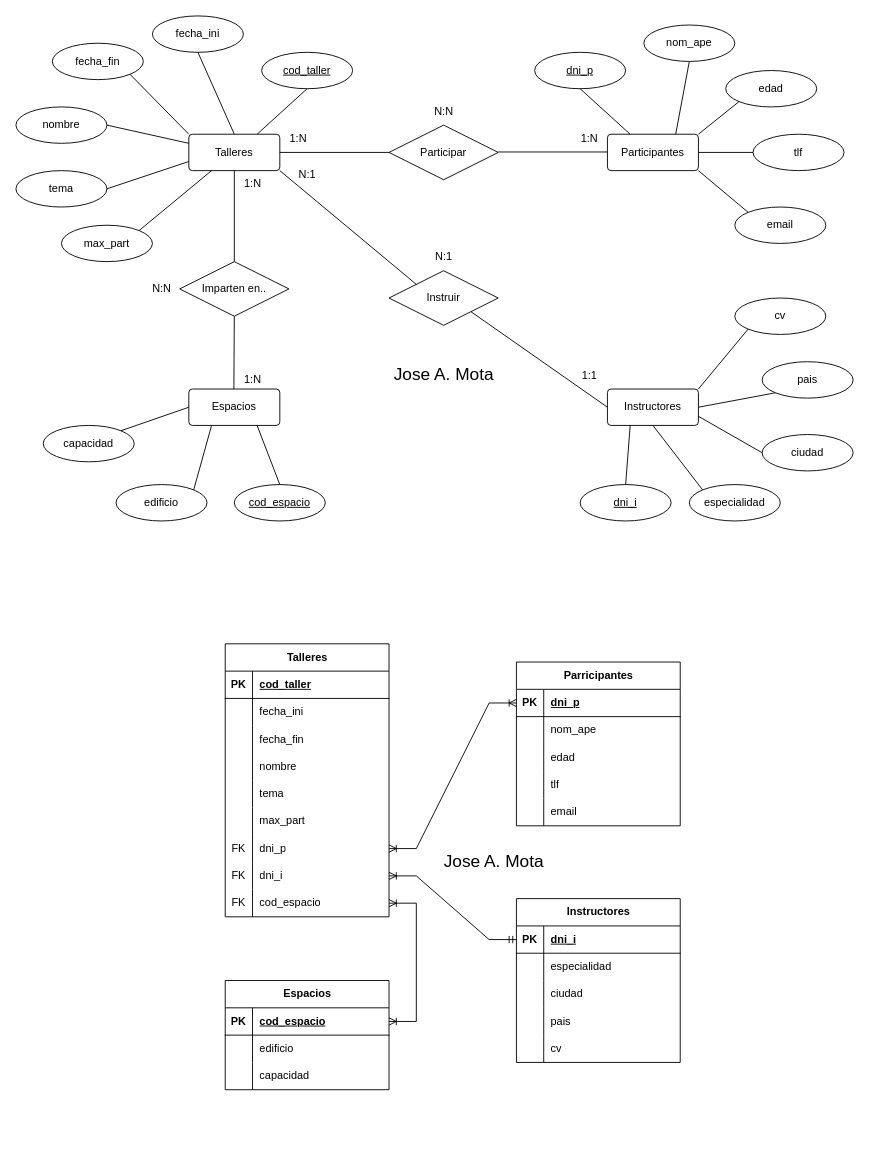
The draw.io diagram Diagrama sin título.drawio in Mokius02/basesdedatos, before the edit. Source tidied: cells renumbered, new cells numbered last; positions are measured from the earlier drawing's top-left corner, leaving out a move shared by most shapes. Both pictures are drawn from the tidied source at 91%, with x=0, y=0 at pixel (15, 15).
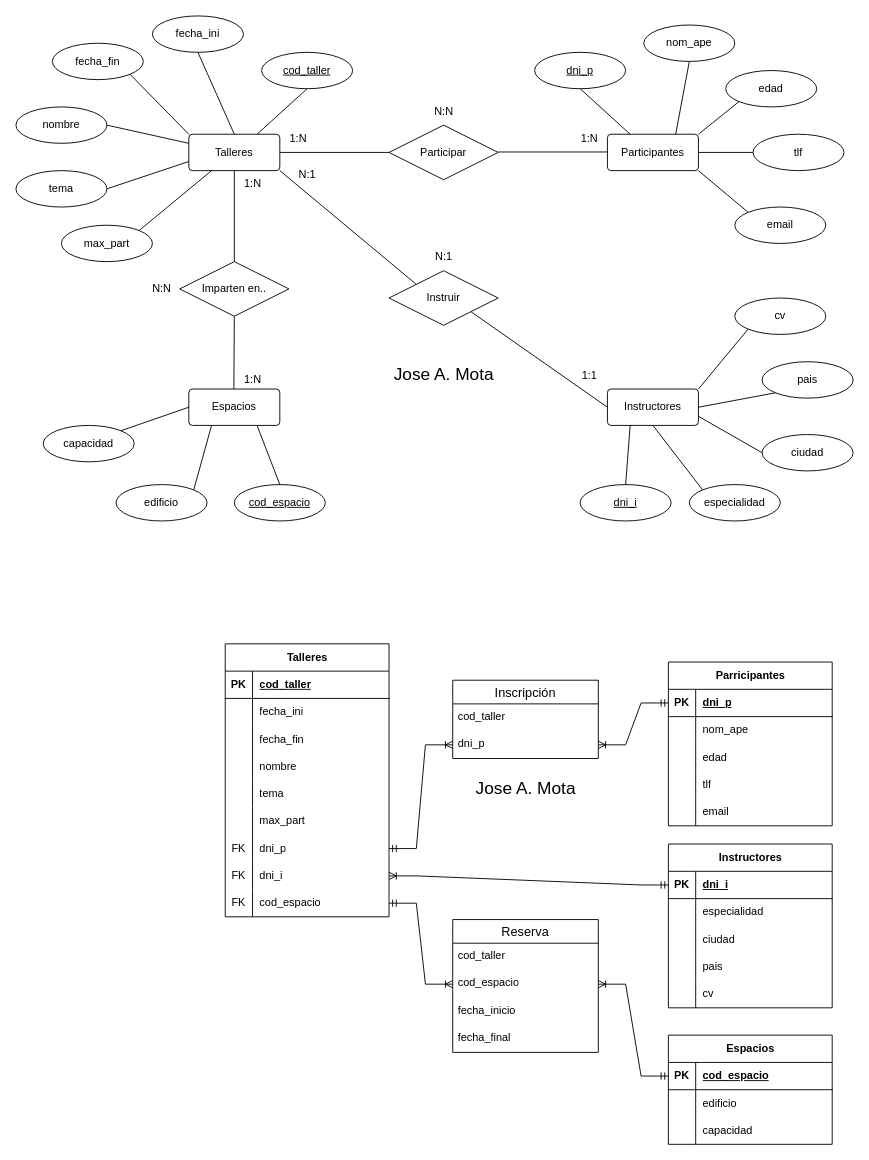
Above is the later version.

The change refers to these unchanged cells:
```xml
<mxCell id="81" style="shape=tableRow;horizontal=0;startSize=0;swimlaneHead=0;swimlaneBody=0;fillColor=none;points=[[0,0.5],[1,0.5]];portConstraint=eastwest;top=0;left=0;right=0;bottom=0;" parent="62" vertex="1">
  <mxGeometry y="210" width="180" height="30" as="geometry" />
</mxCell>
<mxCell id="87" style="shape=tableRow;horizontal=0;startSize=0;swimlaneHead=0;swimlaneBody=0;fillColor=none;points=[[0,0.5],[1,0.5]];portConstraint=eastwest;top=0;left=0;right=0;bottom=0;" parent="62" vertex="1">
  <mxGeometry y="270" width="180" height="30" as="geometry" />
</mxCell>
<mxCell id="91" style="shape=tableRow;horizontal=0;startSize=0;swimlaneHead=0;swimlaneBody=0;fillColor=none;points=[[0,0.5],[1,0.5]];portConstraint=eastwest;top=0;left=0;right=0;bottom=1;" parent="90" vertex="1">
  <mxGeometry y="30" width="180" height="30" as="geometry" />
</mxCell>
<mxCell id="123" style="shape=tableRow;horizontal=0;startSize=0;swimlaneHead=0;swimlaneBody=0;fillColor=none;points=[[0,0.5],[1,0.5]];portConstraint=eastwest;top=0;left=0;right=0;bottom=1;" parent="122" vertex="1">
  <mxGeometry y="30" width="180" height="30" as="geometry" />
</mxCell>
```

What changed in the source:
```diff
@@
     <mxCell id="90" value="Parricipantes" style="shape=table;startSize=30;childLayout=tableLayout;rowLines=0;fontStyle=1;align=center;html=1;" parent="1" vertex="1">
-      <mxGeometry x="550" y="710" width="180" height="180" as="geometry" />
+      <mxGeometry x="717" y="710" width="180" height="180" as="geometry" />
     </mxCell>
@@
     <mxCell id="106" value="Instructores" style="shape=table;startSize=30;childLayout=tableLayout;rowLines=0;fontStyle=1;align=center;html=1;" parent="1" vertex="1">
-      <mxGeometry x="550" y="970" width="180" height="180" as="geometry" />
+      <mxGeometry x="717" y="910" width="180" height="180" as="geometry" />
     </mxCell>
@@
     <mxCell id="122" value="Espacios" style="shape=table;startSize=30;childLayout=tableLayout;rowLines=0;fontStyle=1;align=center;html=1;" parent="1" vertex="1">
-      <mxGeometry x="230" y="1060" width="180" height="120" as="geometry" />
+      <mxGeometry x="717" y="1120" width="180" height="120" as="geometry" />
     </mxCell>
@@
-    <mxCell id="132" style="edgeStyle=entityRelationEdgeStyle;fontSize=12;html=1;endArrow=ERoneToMany;startArrow=ERoneToMany;rounded=0;exitX=1;exitY=0.5;exitDx=0;exitDy=0;entryX=0;entryY=0.5;entryDx=0;entryDy=0;" parent="1" edge="1" source="81" target="91">
-      <mxGeometry relative="1" as="geometry" />
-    </mxCell>
-    <mxCell id="133" style="edgeStyle=entityRelationEdgeStyle;fontSize=12;html=1;endArrow=ERoneToMany;startArrow=ERoneToMany;rounded=0;exitX=1;exitY=0.5;exitDx=0;exitDy=0;entryX=1;entryY=0.5;entryDx=0;entryDy=0;" parent="1" edge="1" source="87" target="123">
-      <mxGeometry relative="1" as="geometry" />
-    </mxCell>
@@
     <mxCell id="136" value="&lt;font style=&quot;font-size: 19px;&quot;&gt;Jose A. Mota&lt;/font&gt;" style="text;html=1;align=center;verticalAlign=middle;strokeColor=none;fillColor=none;" parent="1" vertex="1">
-      <mxGeometry x="460" y="910" width="130" height="40" as="geometry" />
+      <mxGeometry x="495" y="830" width="130" height="40" as="geometry" />
     </mxCell>
+    <mxCell id="137" value="Inscripción" style="swimlane;fontStyle=0;horizontal=1;startSize=26;align=center;fontSize=14;" parent="1" vertex="1">
+      <mxGeometry x="480" y="730" width="160" height="86" as="geometry" />
+    </mxCell>
+    <mxCell id="138" value="cod_taller" style="text;strokeColor=none;fillColor=none;spacingLeft=4;spacingRight=4;overflow=hidden;fontSize=12;whiteSpace=wrap;html=1;" parent="137" vertex="1">
+      <mxGeometry y="26" width="160" height="30" as="geometry" />
+    </mxCell>
+    <mxCell id="139" value="dni_p" style="text;strokeColor=none;fillColor=none;spacingLeft=4;spacingRight=4;overflow=hidden;points=[[0,0.5],[1,0.5]];portConstraint=eastwest;fontSize=12;whiteSpace=wrap;html=1;" parent="137" vertex="1">
+      <mxGeometry y="56" width="160" height="30" as="geometry" />
+    </mxCell>
+    <mxCell id="140" style="edgeStyle=entityRelationEdgeStyle;fontSize=12;html=1;endArrow=ERoneToMany;startArrow=ERmandOne;rounded=0;exitX=1;exitY=0.5;exitDx=0;exitDy=0;entryX=0;entryY=0.5;entryDx=0;entryDy=0;" parent="1" edge="1" source="81" target="139">
+      <mxGeometry relative="1" as="geometry" />
+    </mxCell>
+    <mxCell id="141" style="edgeStyle=entityRelationEdgeStyle;fontSize=12;html=1;endArrow=ERoneToMany;startArrow=ERmandOne;rounded=0;exitX=0;exitY=0.5;exitDx=0;exitDy=0;entryX=1;entryY=0.5;entryDx=0;entryDy=0;" parent="1" edge="1" source="91" target="139">
+      <mxGeometry relative="1" as="geometry" />
+    </mxCell>
+    <mxCell id="142" value="Reserva" style="swimlane;fontStyle=0;horizontal=1;startSize=26;align=center;fontSize=14;" parent="1" vertex="1">
+      <mxGeometry x="480" y="993" width="160" height="146" as="geometry" />
+    </mxCell>
+    <mxCell id="143" value="cod_taller" style="text;strokeColor=none;fillColor=none;spacingLeft=4;spacingRight=4;overflow=hidden;fontSize=12;whiteSpace=wrap;html=1;" parent="142" vertex="1">
+      <mxGeometry y="26" width="160" height="30" as="geometry" />
+    </mxCell>
+    <mxCell id="144" value="cod_espacio" style="text;strokeColor=none;fillColor=none;spacingLeft=4;spacingRight=4;overflow=hidden;points=[[0,0.5],[1,0.5]];portConstraint=eastwest;fontSize=12;whiteSpace=wrap;html=1;" parent="142" vertex="1">
+      <mxGeometry y="56" width="160" height="30" as="geometry" />
+    </mxCell>
+    <mxCell id="145" value="fecha_inicio" style="text;strokeColor=none;fillColor=none;spacingLeft=4;spacingRight=4;overflow=hidden;fontSize=12;whiteSpace=wrap;html=1;" parent="142" vertex="1">
+      <mxGeometry y="86" width="160" height="30" as="geometry" />
+    </mxCell>
+    <mxCell id="146" value="fecha_final" style="text;strokeColor=none;fillColor=none;spacingLeft=4;spacingRight=4;overflow=hidden;fontSize=12;whiteSpace=wrap;html=1;" parent="142" vertex="1">
+      <mxGeometry y="116" width="160" height="30" as="geometry" />
+    </mxCell>
+    <mxCell id="147" style="edgeStyle=entityRelationEdgeStyle;fontSize=12;html=1;endArrow=ERoneToMany;startArrow=ERmandOne;rounded=0;exitX=0;exitY=0.5;exitDx=0;exitDy=0;entryX=1;entryY=0.5;entryDx=0;entryDy=0;" parent="1" edge="1" source="123" target="144">
+      <mxGeometry relative="1" as="geometry" />
+    </mxCell>
+    <mxCell id="148" style="edgeStyle=entityRelationEdgeStyle;fontSize=12;html=1;endArrow=ERoneToMany;startArrow=ERmandOne;rounded=0;exitX=1;exitY=0.5;exitDx=0;exitDy=0;entryX=0;entryY=0.5;entryDx=0;entryDy=0;" parent="1" edge="1" source="87" target="144">
+      <mxGeometry relative="1" as="geometry" />
+    </mxCell>
```
